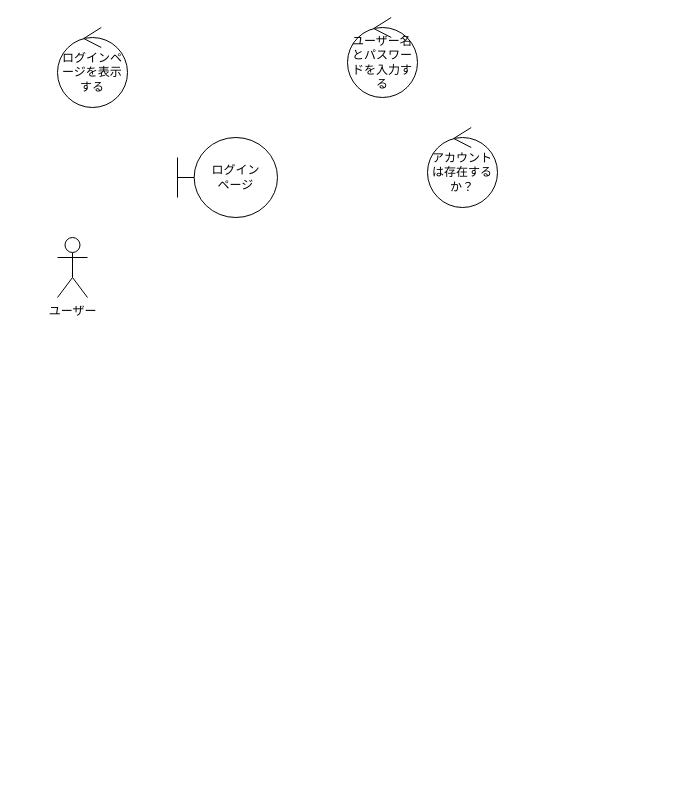
rinotc/practice_iconix keeps this draw.io diagram as architecture/robastness/practice_robastness.drawio. Above is the earlier version. Source tidied: cells renumbered, new cells numbered last; positions are measured from the earlier drawing's top-left corner, leaving out a move shared by most shapes. Both pictures are drawn from the tidied source at 100%, with x=0, y=0 at pixel (57, 17).
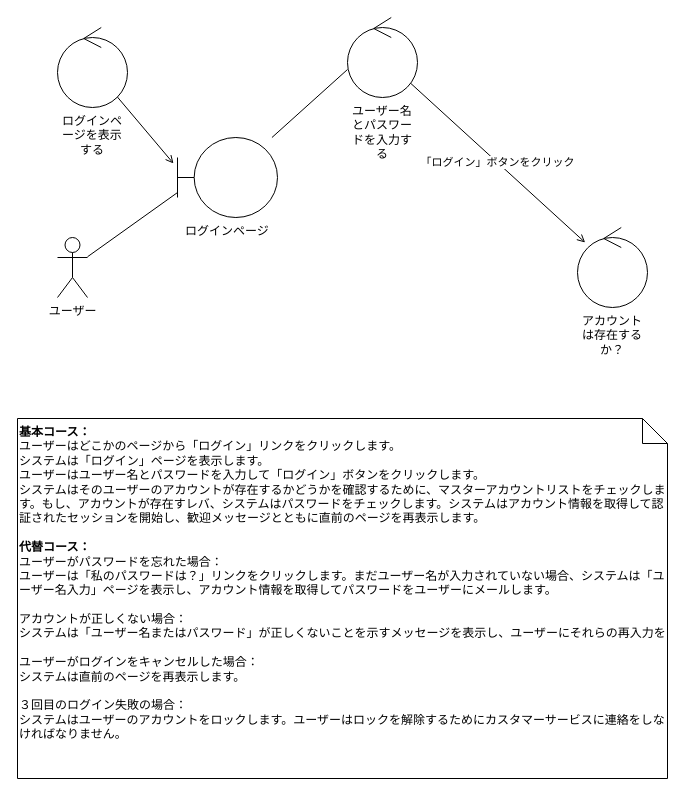
The same page after the edit.

Change to the diagram source:
```diff
@@
 <mxGraphModel>
   <root>
     <mxCell id="0" />
     <mxCell id="1" parent="0" />
+    <mxCell id="7" style="edgeStyle=none;rounded=0;jettySize=auto;html=1;entryX=0;entryY=0.688;entryDx=0;entryDy=0;entryPerimeter=0;endArrow=none;endFill=0;" parent="1" edge="1" source="2" target="3">
+      <mxGeometry relative="1" as="geometry" />
+    </mxCell>
     <mxCell id="2" value="ユーザー" style="shape=umlActor;verticalLabelPosition=bottom;verticalAlign=top;html=1;" parent="1" vertex="1">
       <mxGeometry y="220" width="30" height="60" as="geometry" />
     </mxCell>
+    <mxCell id="8" style="edgeStyle=none;rounded=0;jettySize=auto;html=1;entryX=0;entryY=0.65;entryDx=0;entryDy=0;entryPerimeter=0;endArrow=none;endFill=0;" parent="1" edge="1" source="3" target="5">
+      <mxGeometry relative="1" as="geometry" />
+    </mxCell>
-    <mxCell id="3" value="ログイン&lt;br&gt;ページ" style="shape=umlBoundary;whiteSpace=wrap;html=1;" parent="1" vertex="1">
+    <mxCell id="3" value="ログインページ" style="shape=umlBoundary;whiteSpace=wrap;html=1;labelPosition=center;verticalLabelPosition=bottom;align=center;verticalAlign=top;" parent="1" vertex="1">
       <mxGeometry x="120" y="120" width="100" height="80" as="geometry" />
     </mxCell>
+    <mxCell id="9" style="edgeStyle=none;rounded=0;jettySize=auto;html=1;entryX=-0.04;entryY=0.325;entryDx=0;entryDy=0;entryPerimeter=0;endArrow=open;endFill=0;" parent="1" edge="1" source="4" target="3">
+      <mxGeometry relative="1" as="geometry" />
+    </mxCell>
-    <mxCell id="4" value="ログインページを表示する" style="ellipse;shape=umlControl;whiteSpace=wrap;html=1;" parent="1" vertex="1">
+    <mxCell id="4" value="ログインページを表示する" style="ellipse;shape=umlControl;whiteSpace=wrap;html=1;labelPosition=center;verticalLabelPosition=bottom;align=center;verticalAlign=top;" parent="1" vertex="1">
       <mxGeometry y="10" width="70" height="80" as="geometry" />
     </mxCell>
+    <mxCell id="10" value="「ログイン」ボタンをクリック" style="edgeStyle=none;rounded=0;jettySize=auto;html=1;endArrow=open;endFill=0;" parent="1" edge="1" source="5" target="6">
+      <mxGeometry relative="1" as="geometry" />
+    </mxCell>
-    <mxCell id="5" value="ユーザー名とパスワードを入力する" style="ellipse;shape=umlControl;whiteSpace=wrap;html=1;" parent="1" vertex="1">
+    <mxCell id="5" value="ユーザー名とパスワードを入力する" style="ellipse;shape=umlControl;whiteSpace=wrap;html=1;labelPosition=center;verticalLabelPosition=bottom;align=center;verticalAlign=top;" parent="1" vertex="1">
       <mxGeometry x="290" width="70" height="80" as="geometry" />
     </mxCell>
-    <mxCell id="6" value="アカウントは存在するか？" style="ellipse;shape=umlControl;whiteSpace=wrap;html=1;" parent="1" vertex="1">
-      <mxGeometry x="370" y="110" width="70" height="80" as="geometry" />
+    <mxCell id="6" value="アカウントは存在するか？" style="ellipse;shape=umlControl;whiteSpace=wrap;html=1;labelPosition=center;verticalLabelPosition=bottom;align=center;verticalAlign=top;" parent="1" vertex="1">
+      <mxGeometry x="520" y="210" width="70" height="80" as="geometry" />
     </mxCell>
+    <mxCell id="11" value="&lt;blockquote style=&quot;margin: 0 0 0 40px ; border: none ; padding: 0px&quot;&gt;&lt;/blockquote&gt;&lt;blockquote style=&quot;margin: 0 0 0 40px ; border: none ; padding: 0px&quot;&gt;&lt;/blockquote&gt;&lt;b&gt;基本コース：&lt;/b&gt;&lt;br&gt;ユーザーはどこかのページから「ログイン」リンクをクリックします。&lt;br&gt;システムは「ログイン」ページを表示します。&lt;br&gt;ユーザーはユーザー名とパスワードを入力して「ログイン」ボタンをクリックします。&lt;br&gt;システムはそのユーザーのアカウントが存在するかどうかを確認するために、マスターアカウントリストをチェックします。もし、アカウントが存在すレバ、システムはパスワードをチェックします。システムはアカウント情報を取得して認証されたセッションを開始し、歓迎メッセージとともに直前のページを再表示します。&lt;br&gt;&lt;br&gt;&lt;b&gt;代替コース：&lt;/b&gt;&lt;br&gt;ユーザーがパスワードを忘れた場合：&lt;br&gt;ユーザーは「私のパスワードは？」リンクをクリックします。まだユーザー名が入力されていない場合、システムは「ユーザー名入力」ページを表示し、アカウント情報を取得してパスワードをユーザーにメールします。&lt;br&gt;&lt;br&gt;アカウントが正しくない場合：&lt;br&gt;システムは「ユーザー名またはパスワード」が正しくないことを示すメッセージを表示し、ユーザーにそれらの再入力を&lt;br&gt;&lt;br&gt;ユーザーがログインをキャンセルした場合：&lt;br&gt;システムは直前のページを再表示します。&lt;br&gt;&lt;br&gt;３回目のログイン失敗の場合：&lt;br&gt;システムはユーザーのアカウントをロックします。ユーザーはロックを解除するためにカスタマーサービスに連絡をしなければなりません。" style="shape=note;size=25;whiteSpace=wrap;html=1;align=left;verticalAlign=top;labelPosition=center;verticalLabelPosition=middle;" parent="1" vertex="1">
+      <mxGeometry x="-40" y="401" width="650" height="360" as="geometry" />
+    </mxCell>
   </root>
 </mxGraphModel>
```
